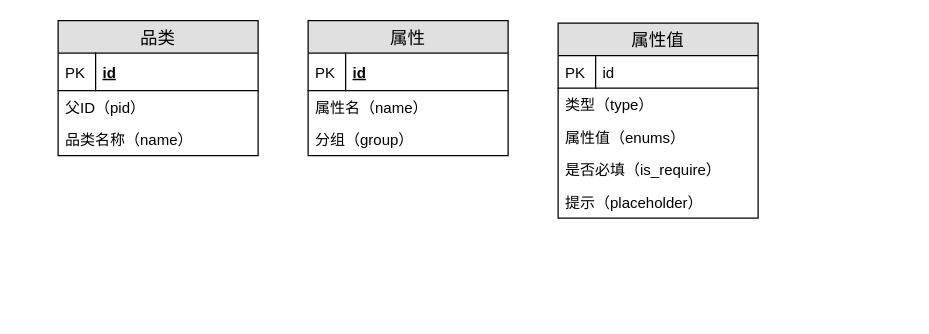
This is 技术架构.drawio from jason-live/flow, a draw.io file, before an edit. Source tidied: cells renumbered, new cells numbered last; positions are measured from the earlier drawing's top-left corner, leaving out a move shared by most shapes. Both pictures are drawn from the tidied source at 125%, with x=0, y=0 at pixel (58, 20).
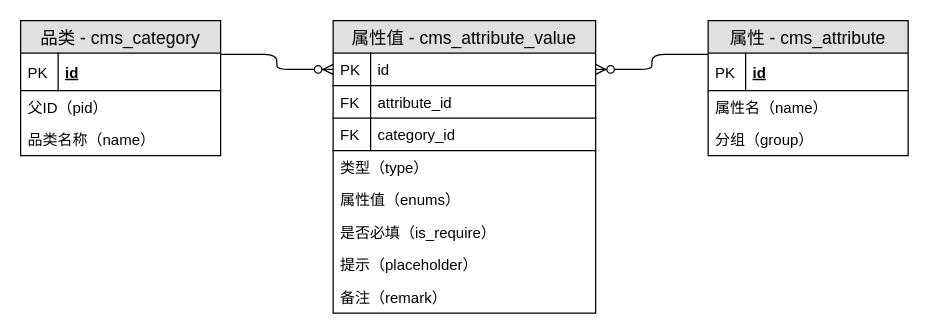
The same diagram, later.

Commit message (it also covers changes not shown here):
更新技术架构.drawio

Diff of the diagram source:
```diff
@@
-    <mxCell id="2" value="品类" style="swimlane;fontStyle=0;horizontal=1;startSize=26;fillColor=#e0e0e0;swimlaneFillColor=#ffffff;align=center;fontSize=14;" parent="1" vertex="1">
-      <mxGeometry width="160" height="108" as="geometry" />
+    <mxCell id="2" value="品类 - cms_category" style="swimlane;fontStyle=0;horizontal=1;startSize=26;fillColor=#e0e0e0;swimlaneFillColor=#ffffff;align=center;fontSize=14;" parent="1" vertex="1">
+      <mxGeometry x="-30" width="160" height="108" as="geometry" />
     </mxCell>
@@
-    <mxCell id="7" value="属性" style="swimlane;fontStyle=0;horizontal=1;startSize=26;fillColor=#e0e0e0;swimlaneFillColor=#ffffff;align=center;fontSize=14;" parent="1" vertex="1">
-      <mxGeometry x="200" width="160" height="108" as="geometry" />
+    <mxCell id="7" value="属性 - cms_attribute" style="swimlane;fontStyle=0;horizontal=1;startSize=26;fillColor=#e0e0e0;swimlaneFillColor=#ffffff;align=center;fontSize=14;" parent="1" vertex="1">
+      <mxGeometry x="520" width="160" height="108" as="geometry" />
     </mxCell>
@@
-    <mxCell id="12" value="属性值" style="swimlane;fontStyle=0;horizontal=1;startSize=26;fillColor=#e0e0e0;swimlaneFillColor=#ffffff;align=center;fontSize=14;" parent="1" vertex="1">
-      <mxGeometry x="400" y="2" width="160" height="156" as="geometry" />
+    <mxCell id="12" value="属性值 - cms_attribute_value" style="swimlane;fontStyle=0;horizontal=1;startSize=26;fillColor=#e0e0e0;swimlaneFillColor=#ffffff;align=center;fontSize=14;" parent="1" vertex="1">
+      <mxGeometry x="220" width="210" height="234" as="geometry" />
     </mxCell>
     <mxCell id="13" value="id" style="shape=partialRectangle;top=0;left=0;right=0;bottom=1;align=left;verticalAlign=top;fillColor=none;spacingLeft=34;spacingRight=4;overflow=hidden;points=[[0,0.5],[1,0.5]];portConstraint=eastwest;fontSize=12;" parent="12" vertex="1">
-      <mxGeometry y="26" width="160" height="26" as="geometry" />
+      <mxGeometry y="26" width="210" height="26" as="geometry" />
     </mxCell>
@@
+    <mxCell id="19" value="attribute_id" style="shape=partialRectangle;top=0;left=0;right=0;bottom=1;align=left;verticalAlign=top;fillColor=none;spacingLeft=34;spacingRight=4;overflow=hidden;fontSize=12;" parent="12" vertex="1">
+      <mxGeometry y="52" width="210" height="26" as="geometry" />
+    </mxCell>
+    <mxCell id="20" value="FK" style="shape=partialRectangle;top=0;left=0;bottom=0;fillColor=none;align=left;verticalAlign=top;spacingLeft=4;spacingRight=4;overflow=hidden;fontSize=12;" parent="19" vertex="1">
+      <mxGeometry width="30" height="26" as="geometry" />
+    </mxCell>
+    <mxCell id="21" value="category_id" style="shape=partialRectangle;top=0;left=0;right=0;bottom=1;align=left;verticalAlign=top;fillColor=none;spacingLeft=34;spacingRight=4;overflow=hidden;fontSize=12;" parent="12" vertex="1">
+      <mxGeometry y="78" width="210" height="26" as="geometry" />
+    </mxCell>
+    <mxCell id="22" value="FK" style="shape=partialRectangle;top=0;left=0;bottom=0;fillColor=none;align=left;verticalAlign=top;spacingLeft=4;spacingRight=4;overflow=hidden;fontSize=12;" parent="21" vertex="1">
+      <mxGeometry width="30" height="26" as="geometry" />
+    </mxCell>
     <mxCell id="15" value="类型（type）" style="text;strokeColor=none;fillColor=none;spacingLeft=4;spacingRight=4;overflow=hidden;fontSize=12;" parent="12" vertex="1">
-      <mxGeometry y="52" width="160" height="26" as="geometry" />
+      <mxGeometry y="104" width="210" height="26" as="geometry" />
     </mxCell>
     <mxCell id="16" value="属性值（enums）" style="text;strokeColor=none;fillColor=none;spacingLeft=4;spacingRight=4;overflow=hidden;fontSize=12;" parent="12" vertex="1">
-      <mxGeometry y="78" width="160" height="26" as="geometry" />
+      <mxGeometry y="130" width="210" height="26" as="geometry" />
     </mxCell>
     <mxCell id="17" value="是否必填（is_require）" style="text;strokeColor=none;fillColor=none;spacingLeft=4;spacingRight=4;overflow=hidden;fontSize=12;" parent="12" vertex="1">
-      <mxGeometry y="104" width="160" height="26" as="geometry" />
+      <mxGeometry y="156" width="210" height="26" as="geometry" />
     </mxCell>
     <mxCell id="18" value="提示（placeholder）" style="text;strokeColor=none;fillColor=none;spacingLeft=4;spacingRight=4;overflow=hidden;fontSize=12;" parent="12" vertex="1">
-      <mxGeometry y="130" width="160" height="26" as="geometry" />
+      <mxGeometry y="182" width="210" height="26" as="geometry" />
     </mxCell>
+    <mxCell id="23" value="备注（remark）" style="text;strokeColor=none;fillColor=none;spacingLeft=4;spacingRight=4;overflow=hidden;fontSize=12;" parent="12" vertex="1">
+      <mxGeometry y="208" width="210" height="26" as="geometry" />
+    </mxCell>
+    <mxCell id="24" style="edgeStyle=orthogonalEdgeStyle;fontSize=12;html=1;endArrow=ERzeroToMany;endFill=1;entryX=0;entryY=0.5;entryDx=0;entryDy=0;exitX=1;exitY=0.25;exitDx=0;exitDy=0;" parent="1" edge="1" source="2" target="13">
+      <mxGeometry relative="1" as="geometry" />
+    </mxCell>
+    <mxCell id="25" style="edgeStyle=orthogonalEdgeStyle;fontSize=12;html=1;endArrow=ERzeroToMany;endFill=1;elbow=vertical;exitX=0;exitY=0.25;exitDx=0;exitDy=0;entryX=1;entryY=0.5;entryDx=0;entryDy=0;" parent="1" edge="1" source="7" target="13">
+      <mxGeometry relative="1" as="geometry" />
+    </mxCell>
```
